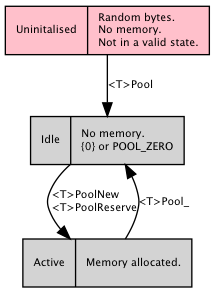
neil-edelman/boxes keeps this Graphviz diagram as web/states.png. Above is the earlier version. Its source is kept beside it as web/states.gv.
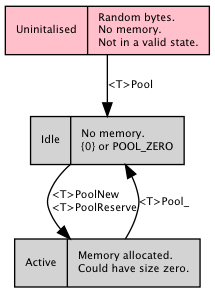
Above is the later version.

What changed in the source:
```diff
@@ -7,7 +7,7 @@
 	node [ shape=record, style=filled ];
 	null [ label = "Uninitalised|Random bytes.\lNo memory.\lNot in a valid state.\l", fillcolor = pink ];
 	static [ label = "Idle|No memory.\l\{0\} or POOL_ZERO\l" ];
-	dynamic [ label = "Active|Memory allocated.\n" ];
+	dynamic [ label = "Active|Memory allocated.\lCould have size zero.\l" ];
 	null -> static [ label = "<T>Pool" ];
 	static -> dynamic [ label = "<T>PoolNew\l<T>PoolReserve" ];
 	dynamic -> static [ label = "<T>Pool_" ];
```
